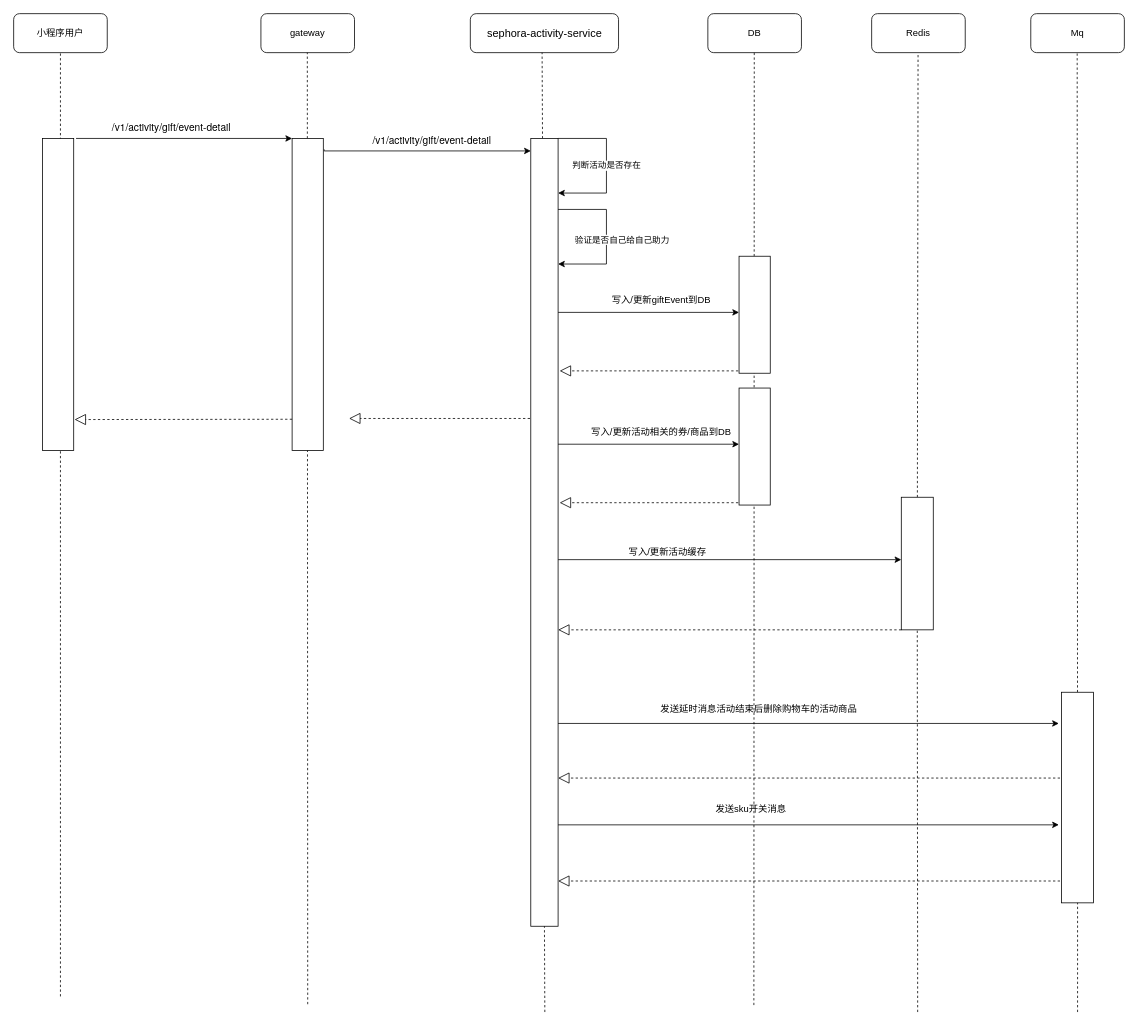
Earlier version of the draw.io diagram 小程序-活动详情.drawio (xiazecheng/madao). Source tidied: cells renumbered, new cells numbered last; positions are measured from the earlier drawing's top-left corner, leaving out a move shared by most shapes. Both pictures are drawn from the tidied source at 78%, with x=0, y=0 at pixel (13, 13).
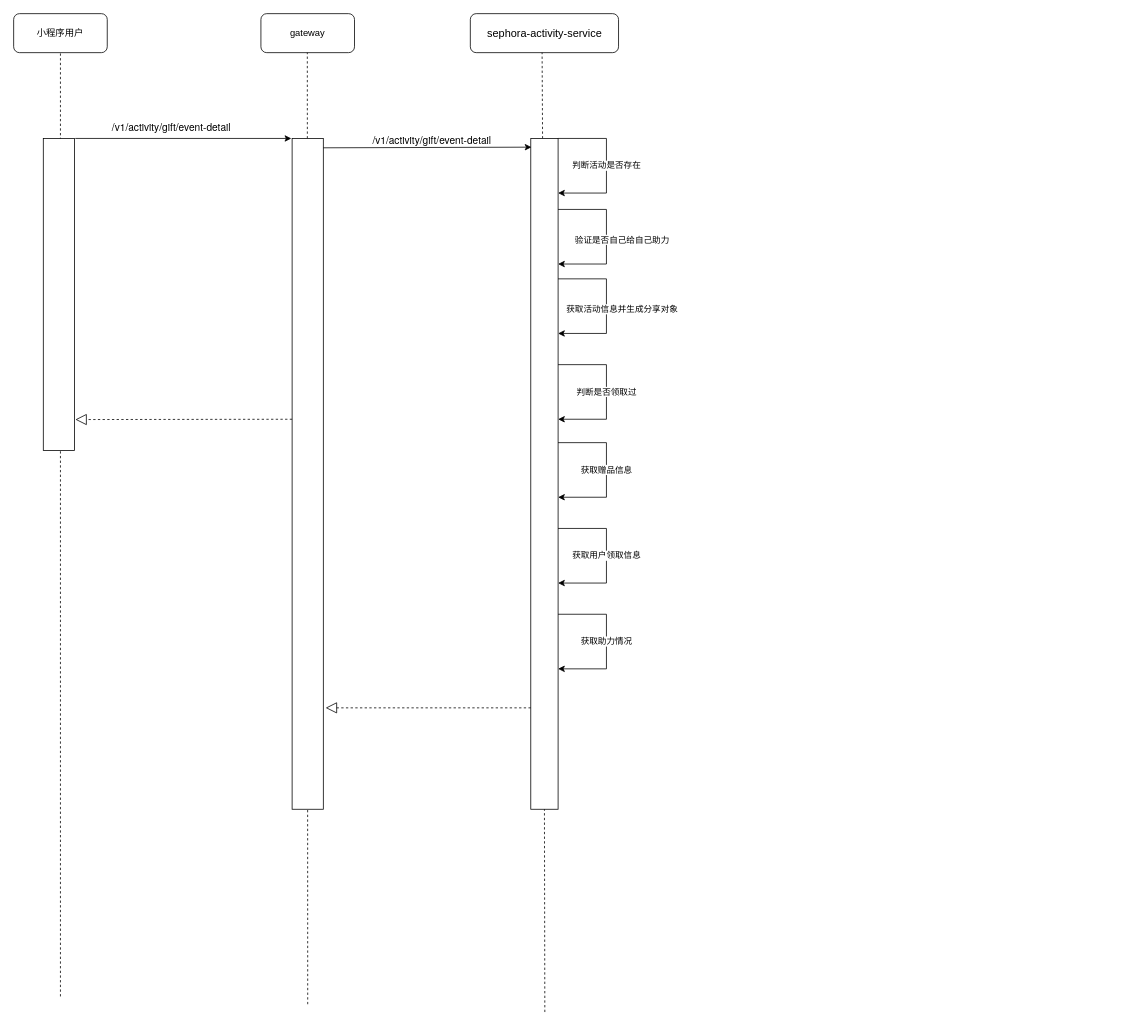
The same page after the edit.

Commit message (it also covers changes not shown here):
更新小程序-活动详情.drawio

Change to the diagram source:
```diff
@@
     <mxCell id="4" style="rounded=0;whiteSpace=wrap;html=1;labelBackgroundColor=default;fontColor=#000000;" parent="1" vertex="1">
-      <mxGeometry x="37" y="160" width="40" height="400" as="geometry" />
+      <mxGeometry x="38" y="160" width="40" height="400" as="geometry" />
     </mxCell>
@@
-    <mxCell id="7" style="edgeStyle=orthogonalEdgeStyle;rounded=0;orthogonalLoop=1;jettySize=auto;html=1;entryX=0;entryY=0.5;entryDx=0;entryDy=0;fontColor=#000000;" parent="1" edge="1">
-      <mxGeometry relative="1" as="geometry">
-        <mxPoint x="698" y="383" as="sourcePoint" />
-        <mxPoint x="930" y="383" as="targetPoint" />
-      </mxGeometry>
-    </mxCell>
-    <mxCell id="8" style="edgeStyle=orthogonalEdgeStyle;rounded=0;orthogonalLoop=1;jettySize=auto;html=1;fontColor=#000000;entryX=0;entryY=0.5;entryDx=0;entryDy=0;" parent="1" edge="1">
-      <mxGeometry relative="1" as="geometry">
-        <mxPoint x="698" y="700" as="sourcePoint" />
-        <mxPoint x="1138" y="700" as="targetPoint" />
-      </mxGeometry>
-    </mxCell>
     <mxCell id="9" style="rounded=0;whiteSpace=wrap;html=1;labelBackgroundColor=default;fontColor=#000000;" parent="1" vertex="1">
-      <mxGeometry x="663" y="160" width="35" height="1010" as="geometry" />
+      <mxGeometry x="663" y="160" width="35" height="860" as="geometry" />
     </mxCell>
@@
-    <mxCell id="11" style="endArrow=classic;html=1;rounded=0;fontColor=#000000;entryX=0;entryY=0;entryDx=0;entryDy=0;" parent="1" edge="1" target="15">
+    <mxCell id="11" style="endArrow=classic;html=1;rounded=0;fontColor=#000000;entryX=0;entryY=0;entryDx=0;entryDy=0;" parent="1" edge="1">
       <mxGeometry relative="1" as="geometry">
-        <mxPoint x="80" y="160" as="sourcePoint" />
+        <mxPoint x="79" y="160" as="sourcePoint" />
+        <mxPoint x="356" y="160" as="targetPoint" />
       </mxGeometry>
     </mxCell>
@@
-    <mxCell id="14" style="edgeStyle=orthogonalEdgeStyle;rounded=0;jettySize=auto;html=1;exitX=1.027;exitY=0.035;exitDx=0;exitDy=0;entryX=0;entryY=0;entryDx=0;entryDy=0;fontColor=#000000;exitPerimeter=0;" parent="1" edge="1" source="15">
-      <mxGeometry relative="1" as="geometry">
-        <mxPoint x="663" y="176" as="targetPoint" />
-        <Array as="points">
-          <mxPoint x="398" y="176" />
-        </Array>
-      </mxGeometry>
-    </mxCell>
     <mxCell id="15" style="rounded=0;whiteSpace=wrap;html=1;labelBackgroundColor=default;fontColor=#000000;" parent="1" vertex="1">
-      <mxGeometry x="357" y="160" width="40" height="400" as="geometry" />
+      <mxGeometry x="357" y="160" width="40" height="860" as="geometry" />
     </mxCell>
@@
-    <mxCell id="17" value="DB" style="rounded=1;whiteSpace=wrap;html=1;labelBackgroundColor=default;fontColor=#000000;" parent="1" vertex="1">
-      <mxGeometry x="890" width="120" height="50" as="geometry" />
-    </mxCell>
-    <mxCell id="18" style="endArrow=none;dashed=1;html=1;rounded=0;fontColor=#000000;entryX=0.5;entryY=1;entryDx=0;entryDy=0;startArrow=none;" parent="1" edge="1">
-      <mxGeometry relative="1" as="geometry">
-        <mxPoint x="949" y="1271.1" as="sourcePoint" />
-        <mxPoint x="949.5" y="50" as="targetPoint" />
-      </mxGeometry>
-    </mxCell>
-    <mxCell id="19" value="写入/更新giftEvent到DB" style="text;html=1;align=center;verticalAlign=middle;strokeColor=none;fillColor=none;fontColor=#000000;" parent="1" vertex="1">
-      <mxGeometry x="760" y="358" width="140" height="20" as="geometry" />
-    </mxCell>
-    <mxCell id="20" value="Redis" style="rounded=1;whiteSpace=wrap;html=1;labelBackgroundColor=default;fontColor=#000000;" parent="1" vertex="1">
-      <mxGeometry x="1100" width="120" height="50" as="geometry" />
-    </mxCell>
-    <mxCell id="21" style="endArrow=none;dashed=1;html=1;rounded=0;fontColor=#000000;entryX=0.5;entryY=1;entryDx=0;entryDy=0;startArrow=none;" parent="1" edge="1" source="22">
-      <mxGeometry relative="1" as="geometry">
-        <mxPoint x="1159.5" y="50" as="targetPoint" />
-      </mxGeometry>
-    </mxCell>
-    <mxCell id="22" style="rounded=0;whiteSpace=wrap;html=1;labelBackgroundColor=default;fontColor=#000000;" parent="1" vertex="1">
-      <mxGeometry x="1138" y="620" width="41" height="170" as="geometry" />
-    </mxCell>
-    <mxCell id="23" style="endArrow=none;dashed=1;html=1;rounded=0;fontColor=#000000;entryX=0.5;entryY=1;entryDx=0;entryDy=0;startArrow=none;" parent="1" edge="1" target="22">
-      <mxGeometry relative="1" as="geometry">
-        <mxPoint x="1159" y="1280" as="sourcePoint" />
-      </mxGeometry>
-    </mxCell>
-    <mxCell id="24" value="写入/更新活动缓存" style="text;html=1;align=center;verticalAlign=middle;strokeColor=none;fillColor=none;fontColor=#000000;" parent="1" vertex="1">
-      <mxGeometry x="783" y="680" width="110" height="20" as="geometry" />
-    </mxCell>
-    <mxCell id="25" style="endArrow=block;dashed=1;endFill=0;endSize=12;html=1;rounded=0;fontColor=#000000;exitX=0;exitY=1;exitDx=0;exitDy=0;" parent="1" edge="1" source="22">
-      <mxGeometry relative="1" as="geometry">
-        <mxPoint x="698" y="790" as="targetPoint" />
-      </mxGeometry>
-    </mxCell>
     <mxCell id="26" style="endArrow=block;dashed=1;endFill=0;endSize=12;html=1;rounded=0;fontColor=#000000;exitX=0;exitY=1;exitDx=0;exitDy=0;" parent="1" edge="1">
       <mxGeometry relative="1" as="geometry">
-        <mxPoint x="662" y="519" as="sourcePoint" />
-        <mxPoint x="430" y="519" as="targetPoint" />
+        <mxPoint x="663" y="890" as="sourcePoint" />
+        <mxPoint x="400" y="890" as="targetPoint" />
       </mxGeometry>
     </mxCell>
-    <mxCell id="27" style="endArrow=block;dashed=1;endFill=0;endSize=12;html=1;rounded=0;fontColor=#000000;exitX=0;exitY=1;exitDx=0;exitDy=0;" parent="1" edge="1">
-      <mxGeometry relative="1" as="geometry">
-        <mxPoint x="929" y="458" as="sourcePoint" />
-        <mxPoint x="700" y="458" as="targetPoint" />
-      </mxGeometry>
-    </mxCell>
@@
-    <mxCell id="29" style="rounded=0;whiteSpace=wrap;html=1;labelBackgroundColor=default;fontColor=#000000;" parent="1" vertex="1">
-      <mxGeometry x="930" y="311" width="40" height="150" as="geometry" />
-    </mxCell>
@@
-    <mxCell id="31" style="edgeStyle=orthogonalEdgeStyle;rounded=0;orthogonalLoop=1;jettySize=auto;html=1;entryX=0;entryY=0.5;entryDx=0;entryDy=0;fontColor=#000000;" parent="1" edge="1">
-      <mxGeometry relative="1" as="geometry">
-        <mxPoint x="698" y="552" as="sourcePoint" />
-        <mxPoint x="930" y="552" as="targetPoint" />
-      </mxGeometry>
-    </mxCell>
-    <mxCell id="32" value="写入/更新活动相关的券/商品到DB" style="text;html=1;align=center;verticalAlign=middle;strokeColor=none;fillColor=none;fontColor=#000000;" parent="1" vertex="1">
-      <mxGeometry x="735" y="527" width="190" height="20" as="geometry" />
-    </mxCell>
-    <mxCell id="33" style="endArrow=block;dashed=1;endFill=0;endSize=12;html=1;rounded=0;fontColor=#000000;exitX=0;exitY=1;exitDx=0;exitDy=0;" parent="1" edge="1">
-      <mxGeometry relative="1" as="geometry">
-        <mxPoint x="929" y="627" as="sourcePoint" />
-        <mxPoint x="700" y="627" as="targetPoint" />
-      </mxGeometry>
-    </mxCell>
-    <mxCell id="34" style="rounded=0;whiteSpace=wrap;html=1;labelBackgroundColor=default;fontColor=#000000;" parent="1" vertex="1">
-      <mxGeometry x="930" y="480" width="40" height="150" as="geometry" />
-    </mxCell>
-    <mxCell id="35" value="Mq" style="rounded=1;whiteSpace=wrap;html=1;labelBackgroundColor=default;fontColor=#000000;" parent="1" vertex="1">
-      <mxGeometry x="1304" width="120" height="50" as="geometry" />
-    </mxCell>
-    <mxCell id="36" style="endArrow=none;dashed=1;html=1;rounded=0;fontColor=#000000;entryX=0.5;entryY=1;entryDx=0;entryDy=0;startArrow=none;" parent="1" edge="1" source="37">
-      <mxGeometry relative="1" as="geometry">
-        <mxPoint x="1363.5" y="50" as="targetPoint" />
-      </mxGeometry>
-    </mxCell>
-    <mxCell id="37" style="rounded=0;whiteSpace=wrap;html=1;labelBackgroundColor=default;fontColor=#000000;" parent="1" vertex="1">
-      <mxGeometry x="1343.5" y="870" width="41" height="270" as="geometry" />
-    </mxCell>
-    <mxCell id="38" style="endArrow=none;dashed=1;html=1;rounded=0;fontColor=#000000;entryX=0.5;entryY=1;entryDx=0;entryDy=0;startArrow=none;" parent="1" edge="1" target="37">
-      <mxGeometry relative="1" as="geometry">
-        <mxPoint x="1364" y="1280" as="sourcePoint" />
-      </mxGeometry>
-    </mxCell>
-    <mxCell id="39" style="edgeStyle=orthogonalEdgeStyle;rounded=0;orthogonalLoop=1;jettySize=auto;html=1;fontColor=#000000;" parent="1" edge="1">
-      <mxGeometry relative="1" as="geometry">
-        <mxPoint x="698" y="910" as="sourcePoint" />
-        <mxPoint x="1340" y="910" as="targetPoint" />
-      </mxGeometry>
-    </mxCell>
-    <mxCell id="40" value="发送延时消息活动结束后删除购物车的活动商品" style="text;html=1;align=center;verticalAlign=middle;strokeColor=none;fillColor=none;fontColor=#000000;" parent="1" vertex="1">
-      <mxGeometry x="820" y="882" width="270" height="20" as="geometry" />
-    </mxCell>
-    <mxCell id="41" style="edgeStyle=orthogonalEdgeStyle;rounded=0;orthogonalLoop=1;jettySize=auto;html=1;fontColor=#000000;" parent="1" edge="1">
-      <mxGeometry relative="1" as="geometry">
-        <mxPoint x="698" y="1040" as="sourcePoint" />
-        <mxPoint x="1340" y="1040" as="targetPoint" />
-      </mxGeometry>
-    </mxCell>
-    <mxCell id="42" value="发送sku开关消息" style="text;html=1;align=center;verticalAlign=middle;strokeColor=none;fillColor=none;fontColor=#000000;" parent="1" vertex="1">
-      <mxGeometry x="890" y="1010" width="110" height="20" as="geometry" />
-    </mxCell>
-    <mxCell id="43" style="endArrow=block;dashed=1;endFill=0;endSize=12;html=1;rounded=0;fontColor=#000000;exitX=0;exitY=1;exitDx=0;exitDy=0;" parent="1" edge="1">
-      <mxGeometry relative="1" as="geometry">
-        <mxPoint x="1341.5" y="980" as="sourcePoint" />
-        <mxPoint x="698" y="980" as="targetPoint" />
-      </mxGeometry>
-    </mxCell>
-    <mxCell id="44" style="endArrow=block;dashed=1;endFill=0;endSize=12;html=1;rounded=0;fontColor=#000000;exitX=0;exitY=1;exitDx=0;exitDy=0;" parent="1" edge="1">
-      <mxGeometry relative="1" as="geometry">
-        <mxPoint x="1341.5" y="1112" as="sourcePoint" />
-        <mxPoint x="698" y="1112" as="targetPoint" />
-      </mxGeometry>
-    </mxCell>
@@
+    <mxCell id="47" value="获取活动信息并生成分享对象" style="edgeStyle=orthogonalEdgeStyle;rounded=0;orthogonalLoop=1;jettySize=auto;html=1;exitX=1;exitY=0;exitDx=0;exitDy=0;fontColor=#000000;" parent="1" edge="1">
+      <mxGeometry x="0.04" y="20" relative="1" as="geometry">
+        <mxPoint x="698" y="340" as="sourcePoint" />
+        <mxPoint x="698" y="410" as="targetPoint" />
+        <Array as="points">
+          <mxPoint x="760" y="340" />
+          <mxPoint x="760" y="410" />
+          <mxPoint x="698" y="410" />
+        </Array>
+      </mxGeometry>
+    </mxCell>
+    <mxCell id="48" value="获取赠品信息" style="edgeStyle=orthogonalEdgeStyle;rounded=0;orthogonalLoop=1;jettySize=auto;html=1;exitX=1;exitY=0;exitDx=0;exitDy=0;fontColor=#000000;" parent="1" edge="1">
+      <mxGeometry relative="1" as="geometry">
+        <mxPoint x="698" y="550" as="sourcePoint" />
+        <mxPoint x="698" y="620" as="targetPoint" />
+        <Array as="points">
+          <mxPoint x="760" y="550" />
+          <mxPoint x="760" y="620" />
+          <mxPoint x="698" y="620" />
+        </Array>
+      </mxGeometry>
+    </mxCell>
+    <mxCell id="49" value="判断是否领取过" style="edgeStyle=orthogonalEdgeStyle;rounded=0;orthogonalLoop=1;jettySize=auto;html=1;exitX=1;exitY=0;exitDx=0;exitDy=0;fontColor=#000000;" parent="1" edge="1">
+      <mxGeometry relative="1" as="geometry">
+        <mxPoint x="698" y="450" as="sourcePoint" />
+        <mxPoint x="698" y="520" as="targetPoint" />
+        <Array as="points">
+          <mxPoint x="760" y="450" />
+          <mxPoint x="760" y="520" />
+          <mxPoint x="698" y="520" />
+        </Array>
+      </mxGeometry>
+    </mxCell>
+    <mxCell id="50" value="获取用户领取信息" style="edgeStyle=orthogonalEdgeStyle;rounded=0;orthogonalLoop=1;jettySize=auto;html=1;exitX=1;exitY=0;exitDx=0;exitDy=0;fontColor=#000000;" parent="1" edge="1">
+      <mxGeometry relative="1" as="geometry">
+        <mxPoint x="698" y="660" as="sourcePoint" />
+        <mxPoint x="698" y="730" as="targetPoint" />
+        <Array as="points">
+          <mxPoint x="760" y="660" />
+          <mxPoint x="760" y="730" />
+          <mxPoint x="698" y="730" />
+        </Array>
+      </mxGeometry>
+    </mxCell>
+    <mxCell id="51" value="获取助力情况" style="edgeStyle=orthogonalEdgeStyle;rounded=0;orthogonalLoop=1;jettySize=auto;html=1;exitX=1;exitY=0;exitDx=0;exitDy=0;fontColor=#000000;" parent="1" edge="1">
+      <mxGeometry relative="1" as="geometry">
+        <mxPoint x="698" y="770" as="sourcePoint" />
+        <mxPoint x="698" y="840" as="targetPoint" />
+        <Array as="points">
+          <mxPoint x="760" y="770" />
+          <mxPoint x="760" y="840" />
+          <mxPoint x="698" y="840" />
+        </Array>
+      </mxGeometry>
+    </mxCell>
+    <mxCell id="52" style="endArrow=classic;html=1;rounded=0;fontColor=#000000;entryX=0.025;entryY=0.013;entryDx=0;entryDy=0;entryPerimeter=0;" parent="1" edge="1" target="9">
+      <mxGeometry relative="1" as="geometry">
+        <mxPoint x="397" y="172" as="sourcePoint" />
+      </mxGeometry>
+    </mxCell>
```
